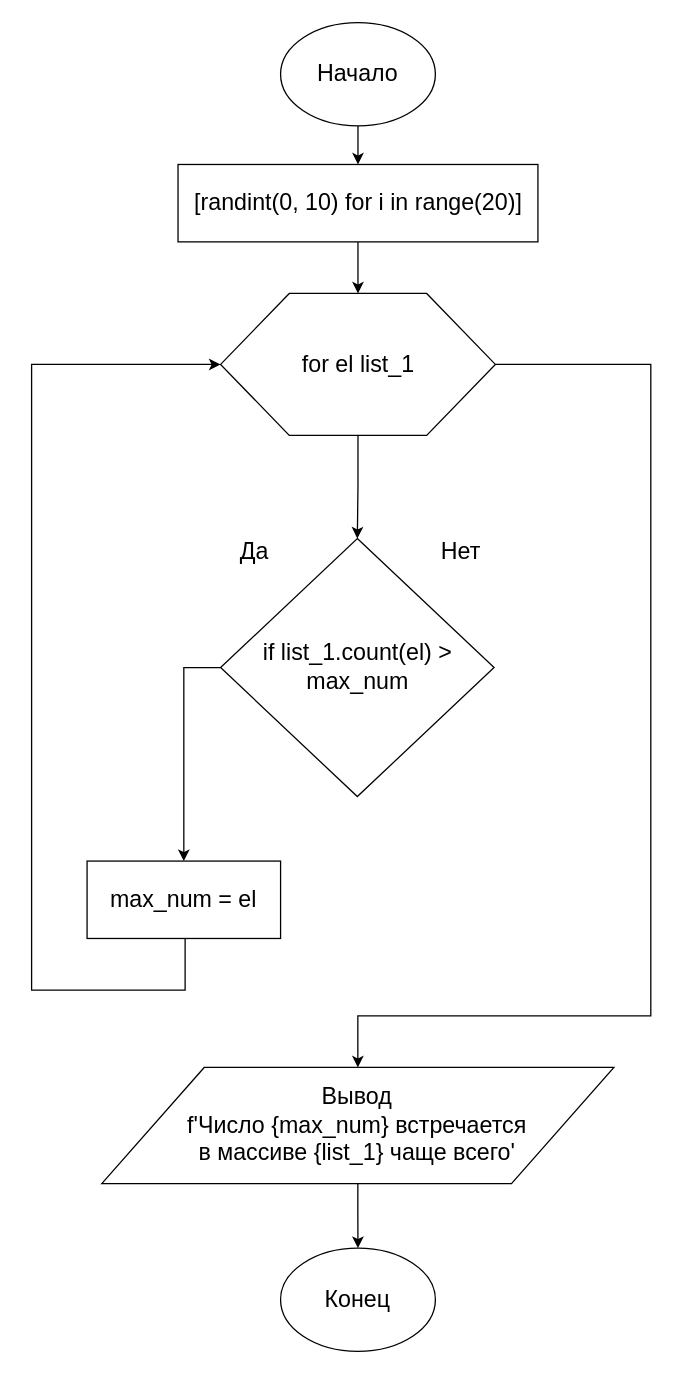
Above: page "Task 4" (4 of 5) of GB_Algorythms/HW/Lesson_3.drawio in alex-kalinichenko/misc (draw.io), before the change. Source tidied: cells renumbered, new cells numbered last; positions are measured from the earlier drawing's top-left corner, leaving out a move shared by most shapes. Both pictures are drawn from the tidied source at 129%, with x=0, y=0 at pixel (31, 22).
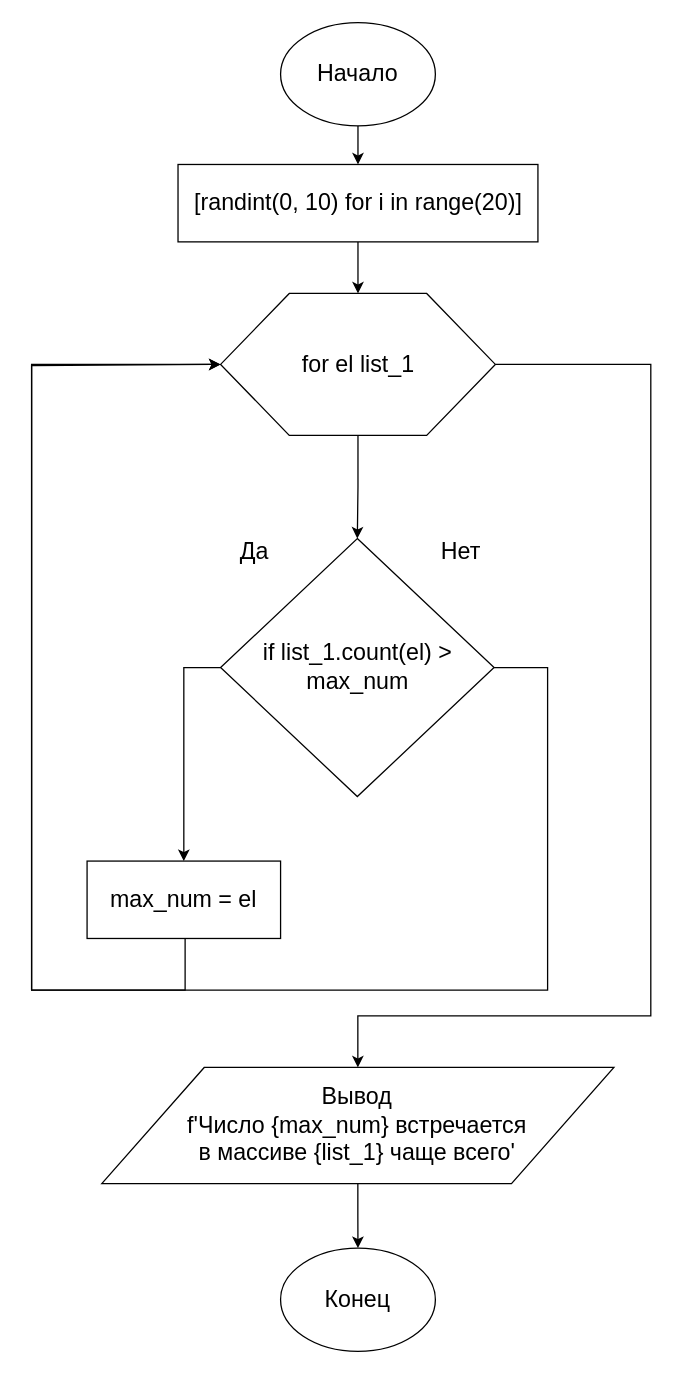
The same diagram, later.

Unchanged cells that the change refers to:
```xml
<mxCell id="8" value="for el list_1" style="shape=hexagon;perimeter=hexagonPerimeter2;whiteSpace=wrap;html=1;fontSize=18;labelBackgroundColor=none;" parent="1" vertex="1">
  <mxGeometry x="146.5" y="210" width="213" height="110" as="geometry" />
</mxCell>
<mxCell id="12" value="if list_1.count(el) &amp;gt; max_num" style="rhombus;whiteSpace=wrap;html=1;fontSize=18;labelBackgroundColor=none;" parent="1" vertex="1">
  <mxGeometry x="146.5" y="400" width="212" height="200" as="geometry" />
</mxCell>
```

Change to the diagram source:
```diff
@@
+    <mxCell id="18" style="edgeStyle=orthogonalEdgeStyle;rounded=0;jettySize=auto;html=1;entryX=0;entryY=0.5;entryDx=0;entryDy=0;fontColor=#000000;" parent="1" edge="1" source="12" target="8">
+      <mxGeometry relative="1" as="geometry">
+        <Array as="points">
+          <mxPoint x="400" y="500" />
+          <mxPoint x="400" y="750" />
+          <mxPoint y="750" />
+          <mxPoint y="266" />
+        </Array>
+      </mxGeometry>
+    </mxCell>
```
